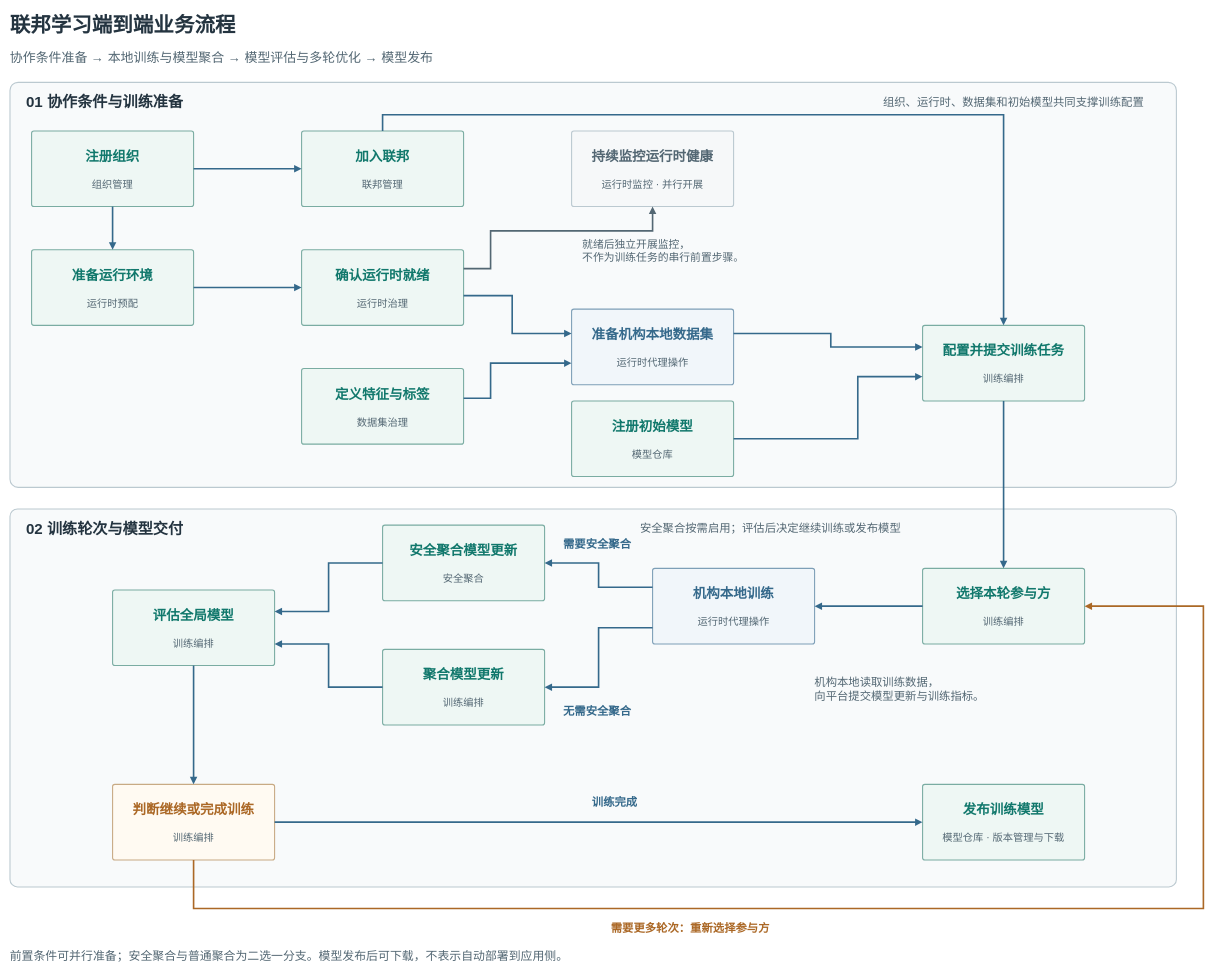
This is docs/438c/merge/figures/federation-learning-end-to-end.drawio from medol-labs/federation-learning, a draw.io file, before an edit. Source tidied: cells renumbered, new cells numbered last; positions are measured from the earlier drawing's top-left corner, leaving out a move shared by most shapes. Both pictures are drawn from the tidied source at 54%, with x=0, y=0 at pixel (10, 9).
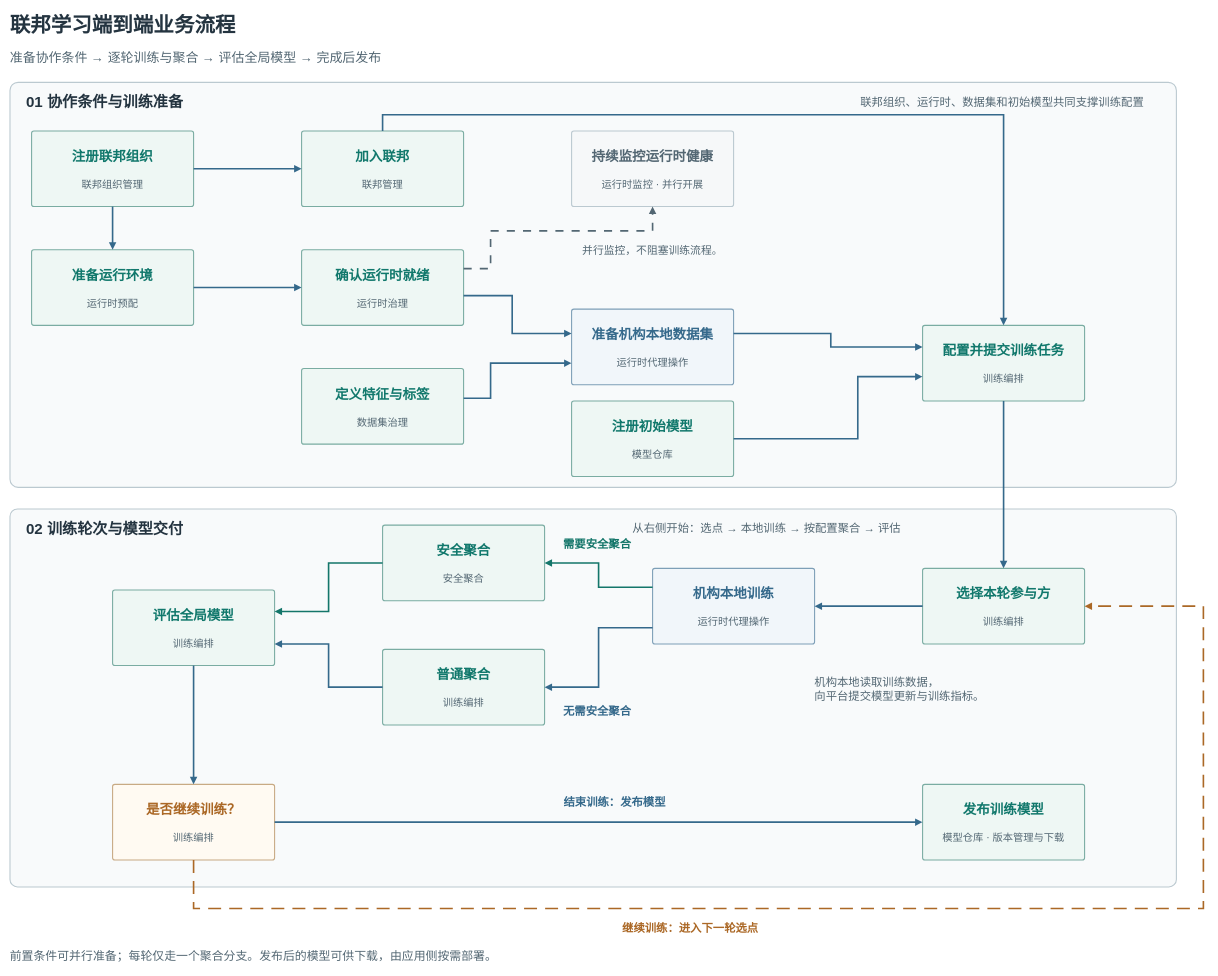
Above is the later version.

Unchanged cells that the change refers to:
```xml
<mxCell id="4" style="rounded=1;arcSize=2;fillColor=#F8FAFB;strokeColor=#BBC9D0;strokeWidth=2;" parent="1" vertex="1">
  <mxGeometry y="135" width="2160" height="750" as="geometry" />
</mxCell>
<mxCell id="7" style="rounded=1;arcSize=2;fillColor=#F8FAFB;strokeColor=#BBC9D0;strokeWidth=2;" parent="1" vertex="1">
  <mxGeometry y="925" width="2160" height="700" as="geometry" />
</mxCell>
<mxCell id="10" style="rounded=1;arcSize=3;fillColor=#EEF7F4;strokeColor=#7AACA2;strokeWidth=2;" parent="4" vertex="1">
  <mxGeometry x="40" y="90" width="300" height="140" as="geometry" />
</mxCell>
<mxCell id="19" style="rounded=1;arcSize=3;fillColor=#EEF7F4;strokeColor=#7AACA2;strokeWidth=2;" parent="4" vertex="1">
  <mxGeometry x="540" y="310" width="300" height="140" as="geometry" />
</mxCell>
<mxCell id="34" style="rounded=1;arcSize=3;fillColor=#EEF7F4;strokeColor=#7AACA2;strokeWidth=2;" parent="7" vertex="1">
  <mxGeometry x="1690" y="110" width="300" height="140" as="geometry" />
</mxCell>
<mxCell id="37" style="rounded=1;arcSize=3;fillColor=#F1F6FA;strokeColor=#7E9FB7;strokeWidth=2;" parent="7" vertex="1">
  <mxGeometry x="1190" y="110" width="300" height="140" as="geometry" />
</mxCell>
<mxCell id="40" style="rounded=1;arcSize=3;fillColor=#EEF7F4;strokeColor=#7AACA2;strokeWidth=2;" parent="7" vertex="1">
  <mxGeometry x="690" y="30" width="300" height="140" as="geometry" />
</mxCell>
<mxCell id="43" style="rounded=1;arcSize=3;fillColor=#EEF7F4;strokeColor=#7AACA2;strokeWidth=2;" parent="7" vertex="1">
  <mxGeometry x="690" y="260" width="300" height="140" as="geometry" />
</mxCell>
<mxCell id="46" style="rounded=1;arcSize=3;fillColor=#EEF7F4;strokeColor=#7AACA2;strokeWidth=2;" parent="7" vertex="1">
  <mxGeometry x="190" y="150" width="300" height="140" as="geometry" />
</mxCell>
<mxCell id="49" style="rounded=1;arcSize=3;fillColor=#FFFAF2;strokeColor=#C8AA84;strokeWidth=2;" parent="7" vertex="1">
  <mxGeometry x="190" y="510" width="300" height="140" as="geometry" />
</mxCell>
<mxCell id="55" style="rounded=1;arcSize=3;fillColor=#F6F8F9;strokeColor=#BBC9D0;strokeWidth=2;" parent="4" vertex="1">
  <mxGeometry x="1040" y="90" width="300" height="140" as="geometry" />
</mxCell>
<mxCell id="77" style="edgeStyle=orthogonalEdgeStyle;rounded=0;html=0;strokeColor=#35698B;strokeWidth=3;endArrow=block;endFill=1;exitX=1.0;exitY=0.5;exitPerimeter=0;entryX=0.0;entryY=0.5;entryPerimeter=0;" parent="1" edge="1" source="49" target="52">
  <mxGeometry relative="1" as="geometry" />
</mxCell>
```

Change to the diagram source:
```diff
@@
-    <mxCell id="3" value="协作条件准备 → 本地训练与模型聚合 → 模型评估与多轮优化 → 模型发布" style="text;html=0;whiteSpace=wrap;overflow=hidden;align=left;verticalAlign=middle;fontFamily=PingFang SC;fontSize=24;fontColor=#536773;fontStyle=0;spacing=0;" parent="1" vertex="1">
+    <mxCell id="3" value="准备协作条件 → 逐轮训练与聚合 → 评估全局模型 → 完成后发布" style="text;html=0;whiteSpace=wrap;overflow=hidden;align=left;verticalAlign=middle;fontFamily=PingFang SC;fontSize=24;fontColor=#536773;fontStyle=0;spacing=0;" parent="1" vertex="1">
       <mxGeometry y="70" width="2160" height="38" as="geometry" />
     </mxCell>
@@
-    <mxCell id="6" value="组织、运行时、数据集和初始模型共同支撑训练配置" style="text;html=0;whiteSpace=wrap;overflow=hidden;align=right;verticalAlign=middle;fontFamily=PingFang SC;fontSize=21;fontColor=#536773;fontStyle=0;spacing=0;" parent="4" vertex="1">
+    <mxCell id="6" value="联邦组织、运行时、数据集和初始模型共同支撑训练配置" style="text;html=0;whiteSpace=wrap;overflow=hidden;align=right;verticalAlign=middle;fontFamily=PingFang SC;fontSize=21;fontColor=#536773;fontStyle=0;spacing=0;" parent="4" vertex="1">
       <mxGeometry x="700" y="15" width="1400" height="42" as="geometry" />
     </mxCell>
@@
-    <mxCell id="9" value="安全聚合按需启用；评估后决定继续训练或发布模型" style="text;html=0;whiteSpace=wrap;overflow=hidden;align=right;verticalAlign=middle;fontFamily=PingFang SC;fontSize=21;fontColor=#536773;fontStyle=0;spacing=0;" parent="7" vertex="1">
+    <mxCell id="9" value="从右侧开始：选点 → 本地训练 → 按配置聚合 → 评估" style="text;html=0;whiteSpace=wrap;overflow=hidden;align=right;verticalAlign=middle;fontFamily=PingFang SC;fontSize=21;fontColor=#536773;fontStyle=0;spacing=0;" parent="7" vertex="1">
       <mxGeometry x="1090" y="15" width="560" height="42" as="geometry" />
     </mxCell>
@@
-    <mxCell id="11" value="注册组织" style="text;html=0;whiteSpace=wrap;overflow=hidden;align=center;verticalAlign=middle;fontFamily=PingFang SC;fontSize=25;fontColor=#11786C;fontStyle=1;spacing=0;" parent="10" vertex="1">
+    <mxCell id="11" value="注册联邦组织" style="text;html=0;whiteSpace=wrap;overflow=hidden;align=center;verticalAlign=middle;fontFamily=PingFang SC;fontSize=25;fontColor=#11786C;fontStyle=1;spacing=0;" parent="10" vertex="1">
       <mxGeometry x="15" y="25" width="270" height="42" as="geometry" />
     </mxCell>
-    <mxCell id="12" value="组织管理" style="text;html=0;whiteSpace=wrap;overflow=hidden;align=center;verticalAlign=middle;fontFamily=PingFang SC;fontSize=19;fontColor=#536773;fontStyle=0;spacing=0;" parent="10" vertex="1">
+    <mxCell id="12" value="联邦组织管理" style="text;html=0;whiteSpace=wrap;overflow=hidden;align=center;verticalAlign=middle;fontFamily=PingFang SC;fontSize=19;fontColor=#536773;fontStyle=0;spacing=0;" parent="10" vertex="1">
       <mxGeometry x="15" y="85" width="270" height="30" as="geometry" />
     </mxCell>
@@
-    <mxCell id="41" value="安全聚合模型更新" style="text;html=0;whiteSpace=wrap;overflow=hidden;align=center;verticalAlign=middle;fontFamily=PingFang SC;fontSize=25;fontColor=#11786C;fontStyle=1;spacing=0;" parent="40" vertex="1">
+    <mxCell id="41" value="安全聚合" style="text;html=0;whiteSpace=wrap;overflow=hidden;align=center;verticalAlign=middle;fontFamily=PingFang SC;fontSize=25;fontColor=#11786C;fontStyle=1;spacing=0;" parent="40" vertex="1">
       <mxGeometry x="15" y="25" width="270" height="42" as="geometry" />
     </mxCell>
@@
-    <mxCell id="44" value="聚合模型更新" style="text;html=0;whiteSpace=wrap;overflow=hidden;align=center;verticalAlign=middle;fontFamily=PingFang SC;fontSize=25;fontColor=#11786C;fontStyle=1;spacing=0;" parent="43" vertex="1">
+    <mxCell id="44" value="普通聚合" style="text;html=0;whiteSpace=wrap;overflow=hidden;align=center;verticalAlign=middle;fontFamily=PingFang SC;fontSize=25;fontColor=#11786C;fontStyle=1;spacing=0;" parent="43" vertex="1">
       <mxGeometry x="15" y="25" width="270" height="42" as="geometry" />
     </mxCell>
@@
-    <mxCell id="50" value="判断继续或完成训练" style="text;html=0;whiteSpace=wrap;overflow=hidden;align=center;verticalAlign=middle;fontFamily=PingFang SC;fontSize=25;fontColor=#AB6826;fontStyle=1;spacing=0;" parent="49" vertex="1">
+    <mxCell id="50" value="是否继续训练？" style="text;html=0;whiteSpace=wrap;overflow=hidden;align=center;verticalAlign=middle;fontFamily=PingFang SC;fontSize=25;fontColor=#AB6826;fontStyle=1;spacing=0;" parent="49" vertex="1">
       <mxGeometry x="15" y="25" width="270" height="42" as="geometry" />
     </mxCell>
@@
-    <mxCell id="68" style="edgeStyle=orthogonalEdgeStyle;rounded=0;html=0;strokeColor=#35698B;strokeWidth=3;endArrow=block;endFill=1;exitX=0.0;exitY=0.25;exitPerimeter=0;entryX=1.0;entryY=0.5;entryPerimeter=0;" parent="1" edge="1" source="37" target="40">
+    <mxCell id="68" style="edgeStyle=orthogonalEdgeStyle;rounded=0;html=0;strokeColor=#14766A;strokeWidth=3;endArrow=block;endFill=1;exitX=0.0;exitY=0.25;exitPerimeter=0;entryX=1.0;entryY=0.5;entryPerimeter=0;" parent="1" edge="1" source="37" target="40">
       <mxGeometry relative="1" as="geometry">
         <Array as="points">
           <mxPoint x="1090" y="1070" />
           <mxPoint x="1090" y="1025" />
         </Array>
       </mxGeometry>
     </mxCell>
-    <mxCell id="69" value="需要安全聚合" style="text;html=0;whiteSpace=wrap;overflow=hidden;align=center;verticalAlign=middle;fontFamily=PingFang SC;fontSize=21;fontColor=#35698B;fontStyle=1;spacing=0;" parent="68" vertex="1">
+    <mxCell id="69" value="需要安全聚合" style="text;html=0;whiteSpace=wrap;overflow=hidden;align=center;verticalAlign=middle;fontFamily=PingFang SC;fontSize=21;fontColor=#14766A;fontStyle=1;spacing=0;" parent="68" vertex="1">
       <mxGeometry width="185" height="48" relative="1" as="geometry">
         <mxPoint x="-95" y="-82.5" as="offset" />
       </mxGeometry>
     </mxCell>
@@
-    <mxCell id="72" style="edgeStyle=orthogonalEdgeStyle;rounded=0;html=0;strokeColor=#35698B;strokeWidth=3;endArrow=block;endFill=1;exitX=0.0;exitY=0.5;exitPerimeter=0;entryX=1.0;entryY=0.2857142857142857;entryPerimeter=0;" parent="1" edge="1" source="40" target="46">
+    <mxCell id="72" style="edgeStyle=orthogonalEdgeStyle;rounded=0;html=0;strokeColor=#14766A;strokeWidth=3;endArrow=block;endFill=1;exitX=0.0;exitY=0.5;exitPerimeter=0;entryX=1.0;entryY=0.2857142857142857;entryPerimeter=0;" parent="1" edge="1" source="40" target="46">
       <mxGeometry relative="1" as="geometry">
         <Array as="points">
           <mxPoint x="590" y="1025" />
           <mxPoint x="590" y="1115" />
         </Array>
       </mxGeometry>
     </mxCell>
@@
-    <mxCell id="75" style="edgeStyle=orthogonalEdgeStyle;rounded=0;html=0;strokeColor=#AB6826;strokeWidth=3;endArrow=block;endFill=1;exitX=0.5;exitY=1.0;exitPerimeter=0;entryX=1.0;entryY=0.5;entryPerimeter=0;" parent="1" edge="1" source="49" target="34">
+    <mxCell id="75" style="edgeStyle=orthogonalEdgeStyle;rounded=0;html=0;strokeColor=#AB6826;strokeWidth=3;dashed=1;dashPattern=8 5;endArrow=block;endFill=1;exitX=0.5;exitY=1.0;exitPerimeter=0;entryX=1.0;entryY=0.5;entryPerimeter=0;" parent="1" edge="1" source="49" target="34">
       <mxGeometry relative="1" as="geometry">
         <Array as="points">
           <mxPoint x="340" y="1665" />
           <mxPoint x="2210" y="1665" />
           <mxPoint x="2210" y="1105" />
         </Array>
       </mxGeometry>
     </mxCell>
-    <mxCell id="76" value="需要更多轮次：重新选择参与方" style="text;html=0;whiteSpace=wrap;overflow=hidden;align=center;verticalAlign=middle;fontFamily=PingFang SC;fontSize=21;fontColor=#AB6826;fontStyle=1;spacing=0;" parent="75" vertex="1">
+    <mxCell id="76" value="继续训练：进入下一轮选点" style="text;html=0;whiteSpace=wrap;overflow=hidden;align=center;verticalAlign=middle;fontFamily=PingFang SC;fontSize=21;fontColor=#AB6826;fontStyle=1;spacing=0;" parent="75" vertex="1">
       <mxGeometry width="1000" height="42" relative="1" as="geometry">
         <mxPoint x="-860" y="15" as="offset" />
       </mxGeometry>
     </mxCell>
@@
-    <mxCell id="78" value="训练完成" style="text;html=0;whiteSpace=wrap;overflow=hidden;align=center;verticalAlign=middle;fontFamily=PingFang SC;fontSize=21;fontColor=#35698B;fontStyle=1;spacing=0;" parent="77" vertex="1">
+    <mxCell id="78" value="结束训练：发布模型" style="text;html=0;whiteSpace=wrap;overflow=hidden;align=center;verticalAlign=middle;fontFamily=PingFang SC;fontSize=21;fontColor=#35698B;fontStyle=1;spacing=0;" parent="77" vertex="1">
       <mxGeometry width="260" height="45" relative="1" as="geometry">
         <mxPoint x="-100" y="-60" as="offset" />
       </mxGeometry>
     </mxCell>
-    <mxCell id="79" style="edgeStyle=orthogonalEdgeStyle;rounded=0;html=0;strokeColor=#536773;strokeWidth=3;endArrow=block;endFill=1;exitX=1.0;exitY=0.25;exitPerimeter=0;entryX=0.5;entryY=1.0;entryPerimeter=0;" parent="1" edge="1" source="19" target="55">
+    <mxCell id="79" style="edgeStyle=orthogonalEdgeStyle;rounded=0;html=0;strokeColor=#536773;strokeWidth=3;dashed=1;dashPattern=5 5;endArrow=block;endFill=1;exitX=1.0;exitY=0.25;exitPerimeter=0;entryX=0.5;entryY=1.0;entryPerimeter=0;" parent="1" edge="1" source="19" target="55">
       <mxGeometry relative="1" as="geometry">
         <Array as="points">
           <mxPoint x="890" y="480" />
           <mxPoint x="890" y="410" />
           <mxPoint x="1190" y="410" />
         </Array>
       </mxGeometry>
     </mxCell>
-    <mxCell id="80" value="就绪后独立开展监控，&#10;不作为训练任务的串行前置步骤。" style="text;html=0;whiteSpace=wrap;overflow=hidden;align=left;verticalAlign=middle;fontFamily=PingFang SC;fontSize=20;fontColor=#536773;fontStyle=0;spacing=0;" parent="1" vertex="1">
+    <mxCell id="80" value="并行监控，不阻塞训练流程。" style="text;html=0;whiteSpace=wrap;overflow=hidden;align=left;verticalAlign=middle;fontFamily=PingFang SC;fontSize=20;fontColor=#536773;fontStyle=0;spacing=0;" parent="1" vertex="1">
       <mxGeometry x="1060" y="415" width="440" height="62" as="geometry" />
     </mxCell>
@@
-    <mxCell id="82" value="前置条件可并行准备；安全聚合与普通聚合为二选一分支。模型发布后可下载，不表示自动部署到应用侧。" style="text;html=0;whiteSpace=wrap;overflow=hidden;align=left;verticalAlign=middle;fontFamily=PingFang SC;fontSize=22;fontColor=#536773;fontStyle=0;spacing=0;" parent="1" vertex="1">
+    <mxCell id="82" value="前置条件可并行准备；每轮仅走一个聚合分支。发布后的模型可供下载，由应用侧按需部署。" style="text;html=0;whiteSpace=wrap;overflow=hidden;align=left;verticalAlign=middle;fontFamily=PingFang SC;fontSize=22;fontColor=#536773;fontStyle=0;spacing=0;" parent="1" vertex="1">
       <mxGeometry y="1735" width="2180" height="38" as="geometry" />
     </mxCell>
```
